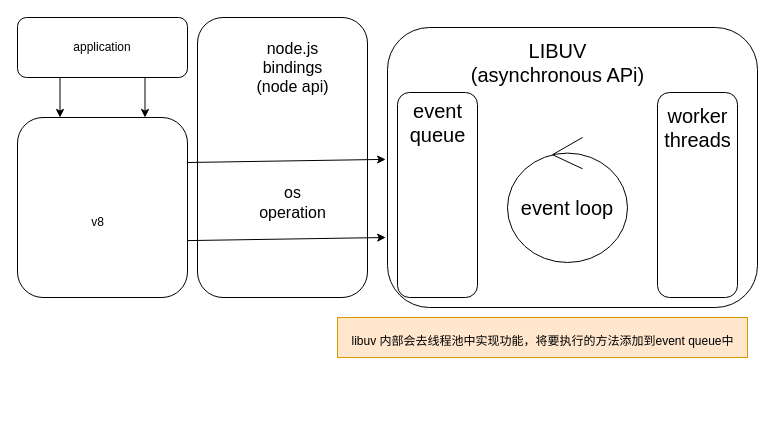
Before: headers/nodejs.drawio in chenkitchen/images_headers, a draw.io diagram. Source tidied: cells renumbered, new cells numbered last; positions are measured from the earlier drawing's top-left corner, leaving out a move shared by most shapes. Both pictures are drawn from the tidied source at 100%, with x=0, y=0 at pixel (17, 17).
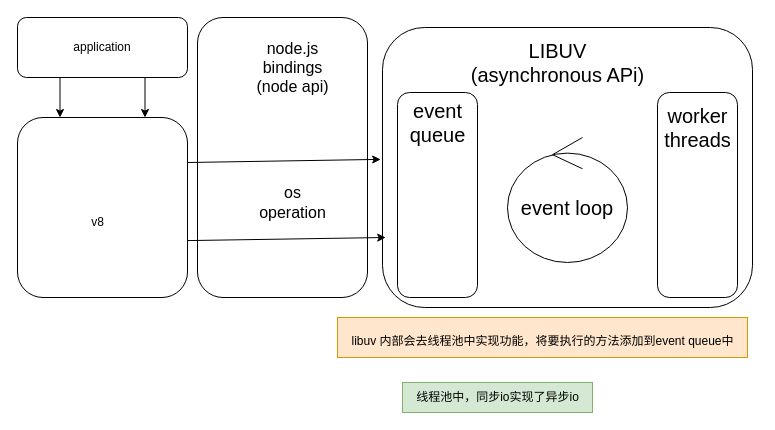
After the change.

Change to the diagram source:
```diff
@@
     <mxCell id="10" style="rounded=1;whiteSpace=wrap;html=1;fontSize=16;" parent="1" vertex="1">
-      <mxGeometry x="370" y="10" width="370" height="280" as="geometry" />
+      <mxGeometry x="365" y="10" width="370" height="280" as="geometry" />
     </mxCell>
@@
+    <mxCell id="20" value="线程池中，同步io实现了异步io" style="text;html=1;align=center;verticalAlign=middle;strokeColor=#82b366;fillColor=#d5e8d4;" parent="1" vertex="1">
+      <mxGeometry x="385" y="365" width="190" height="30" as="geometry" />
+    </mxCell>
```
